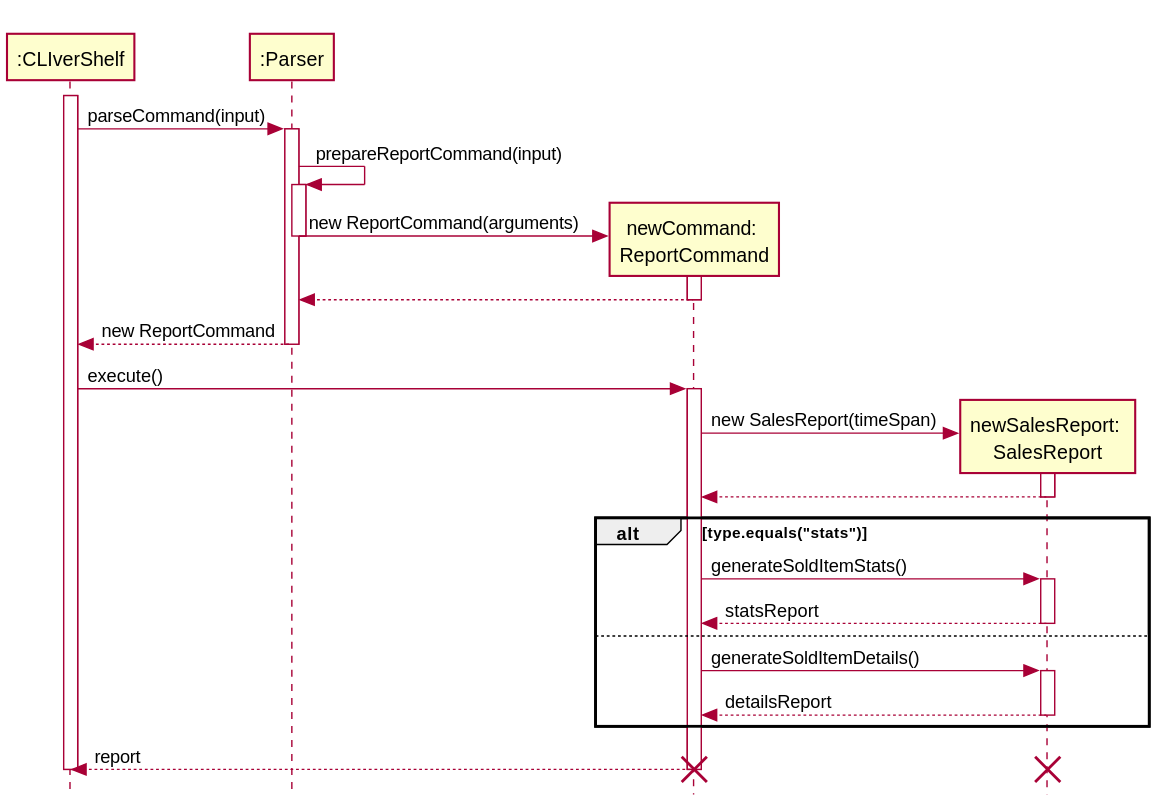
Above: docs/diagrams/Implementation_GenerateReports.svg in zh1huang/tp (PlantUML), before the change. Source of this version:
```plantuml
@startuml
!include Style.puml

participant ":CLIverShelf" as Main
participant ":Parser" as Parser
participant "newCommand: \nReportCommand" as Command
participant "newSalesReport: \nSalesReport" as SalesReport

activate Main
Main -> Parser: parseCommand(input)
activate Parser
Parser -> Parser: prepareReportCommand(input)
activate Parser
Parser -> Command **: new ReportCommand(arguments)
deactivate Parser
activate Command
Command --> Parser
deactivate Command
Parser --> Main: new ReportCommand
deactivate Parser

Main -> Command: execute()
activate Command
Command -> SalesReport **: new SalesReport(timeSpan)
activate SalesReport
SalesReport --> Command
deactivate SalesReport
alt type.equals("stats")
    Command -> SalesReport: generateSoldItemStats()
    activate SalesReport
    SalesReport --> Command: statsReport
    deactivate SalesReport
else
    Command -> SalesReport: generateSoldItemDetails()
    activate SalesReport
    SalesReport --> Command: detailsReport
    deactivate SalesReport
end
Command --> Main: report
deactivate Command
deactivate Main
destroy SalesReport
destroy Command


@enduml
```
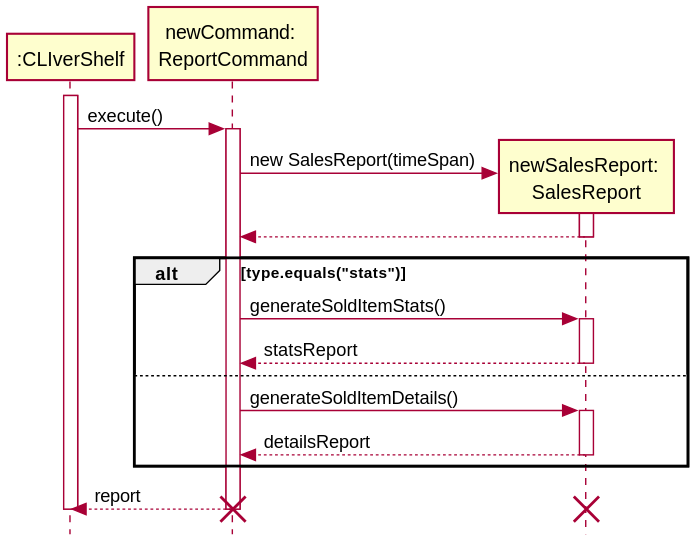
Later version of the same file.

Diff of the diagram source:
```diff
@@ -2,22 +2,12 @@
 !include Style.puml
 
 participant ":CLIverShelf" as Main
-participant ":Parser" as Parser
+
 participant "newCommand: \nReportCommand" as Command
 participant "newSalesReport: \nSalesReport" as SalesReport
 
 activate Main
-Main -> Parser: parseCommand(input)
-activate Parser
-Parser -> Parser: prepareReportCommand(input)
-activate Parser
-Parser -> Command **: new ReportCommand(arguments)
-deactivate Parser
-activate Command
-Command --> Parser
-deactivate Command
-Parser --> Main: new ReportCommand
-deactivate Parser
+
 
 Main -> Command: execute()
 activate Command
```
